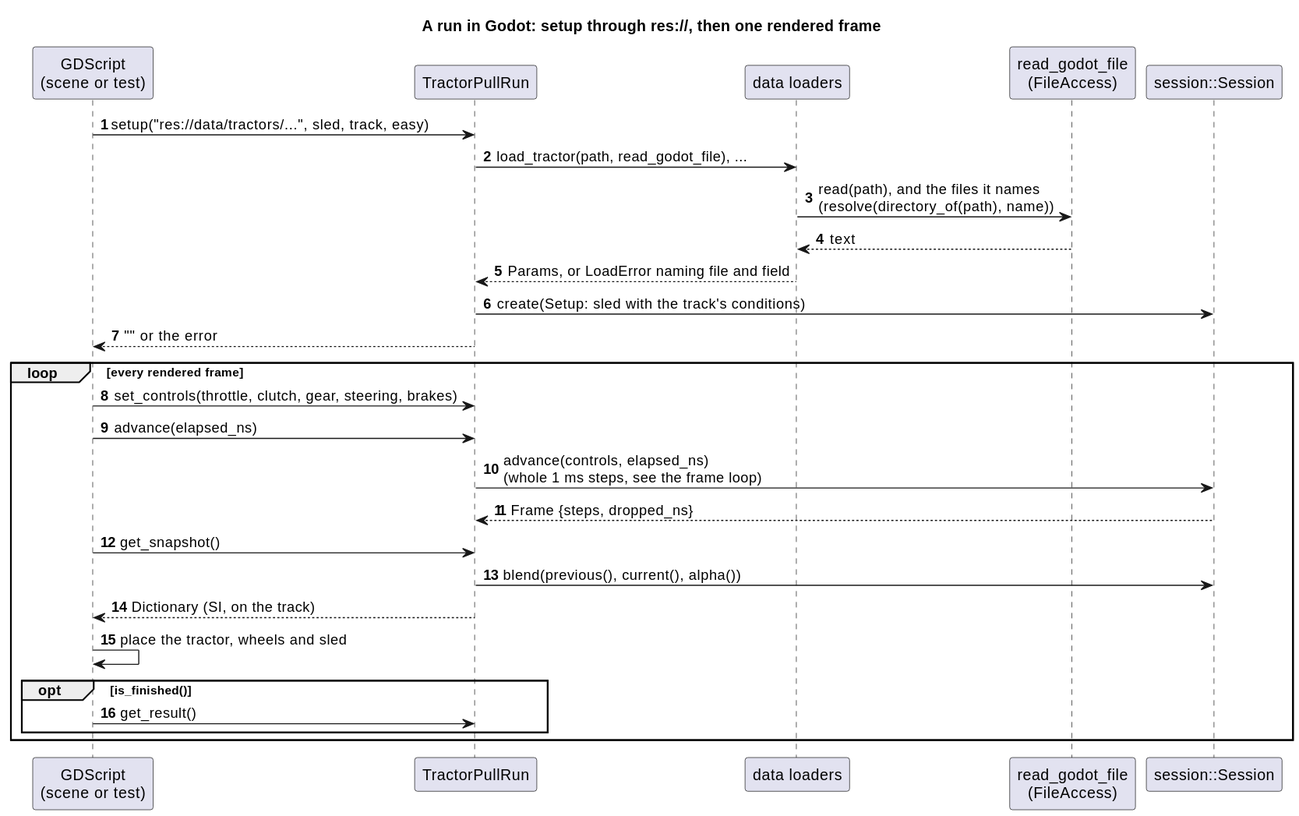
Earlier version of the PlantUML export docs/diagrams/svg/godot_frame_sequence.svg (wversteeg/TractorPulling). Its diagram source:
```plantuml
@startuml
title A run in Godot: setup through res://, then one rendered frame
autonumber
participant "GDScript\n(scene or test)" as Script
participant "TractorPullRun" as Run
participant "data loaders" as Load
participant "read_godot_file\n(FileAccess)" as Files
participant "session::Session" as Session

Script -> Run : setup("res://data/tractors/...", sled, track, easy)
Run -> Load : load_tractor(path, read_godot_file), ...
Load -> Files : read(path), and the files it names\n(resolve(directory_of(path), name))
Files --> Load : text
Load --> Run : Params, or LoadError naming file and field
Run -> Session : create(Setup: sled with the track's conditions)
Run --> Script : "" or the error

loop every rendered frame
  Script -> Run : set_controls(throttle, clutch, gear, steering, brakes)
  Script -> Run : advance(elapsed_ns)
  Run -> Session : advance(controls, elapsed_ns)\n(whole 1 ms steps, see the frame loop)
  Session --> Run : Frame {steps, dropped_ns}
  Script -> Run : get_snapshot()
  Run -> Session : blend(previous(), current(), alpha())
  Run --> Script : Dictionary (SI, on the track)
  Script -> Script : place the tractor, wheels and sled
  opt is_finished()
    Script -> Run : get_result()
  end
end
@enduml
```
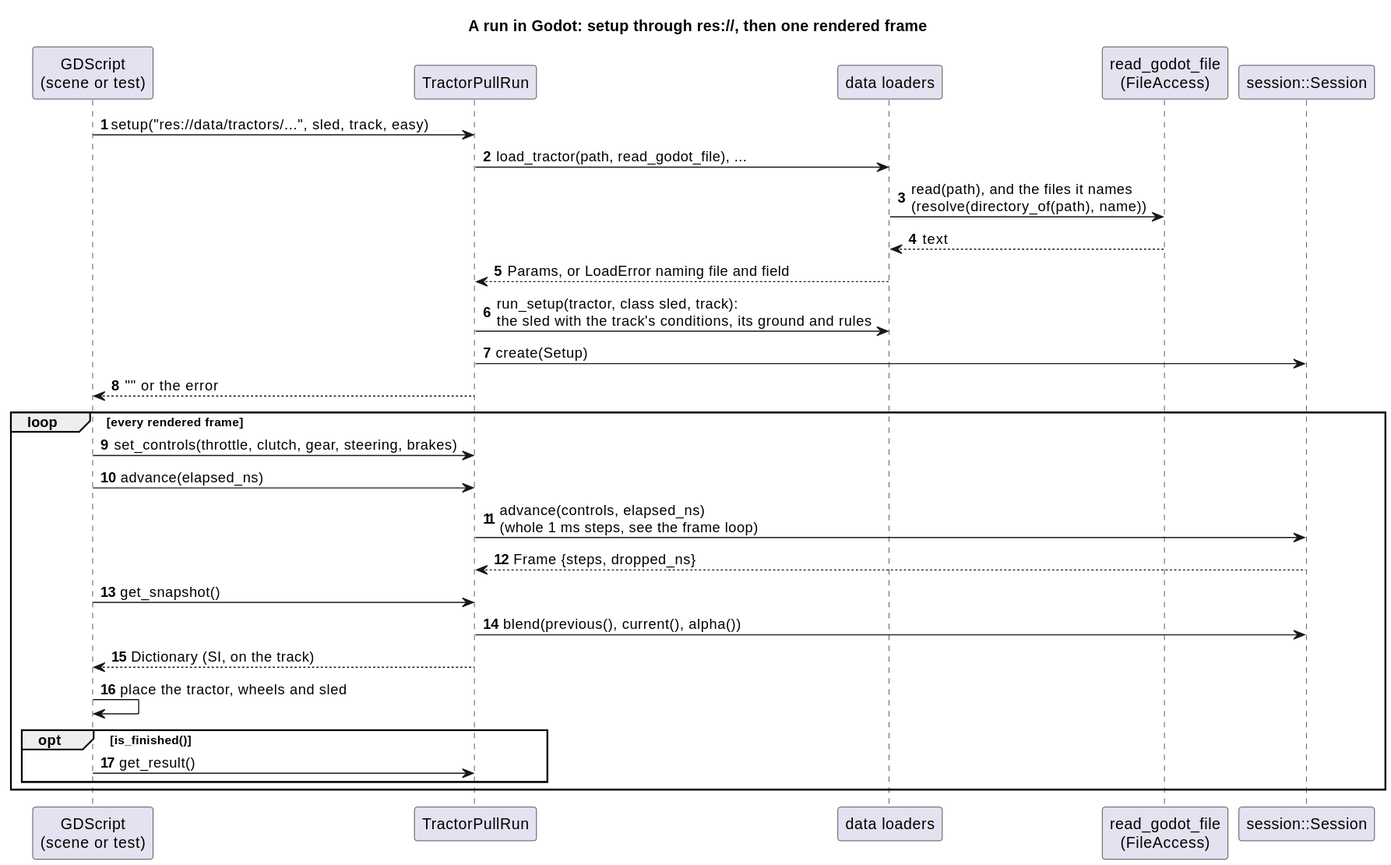
Above is the later version.

Change to the diagram source:
```diff
@@ -12,7 +12,8 @@
 Load -> Files : read(path), and the files it names\n(resolve(directory_of(path), name))
 Files --> Load : text
 Load --> Run : Params, or LoadError naming file and field
-Run -> Session : create(Setup: sled with the track's conditions)
+Run -> Load : run_setup(tractor, class sled, track):\nthe sled with the track's conditions, its ground and rules
+Run -> Session : create(Setup)
 Run --> Script : "" or the error
 
 loop every rendered frame
```
